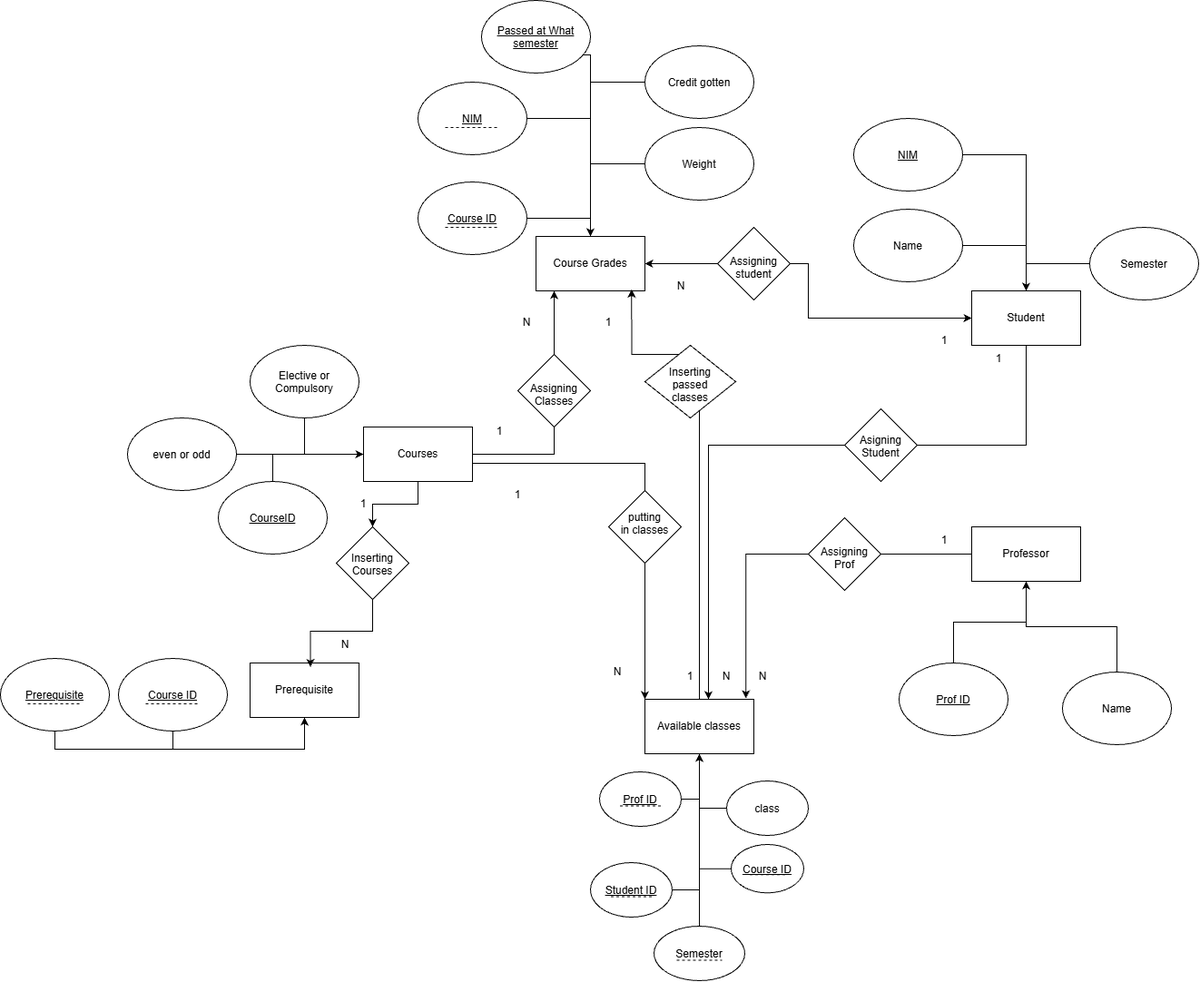
Before: TugasDatabase/IUP/ERD.png, a diagram exported from draw.io (NashwanAndayuri/DataBase_Assignment). Source tidied: cells renumbered, new cells last; positions are measured from the earlier drawing's top-left corner, leaving out a move shared by most shapes.
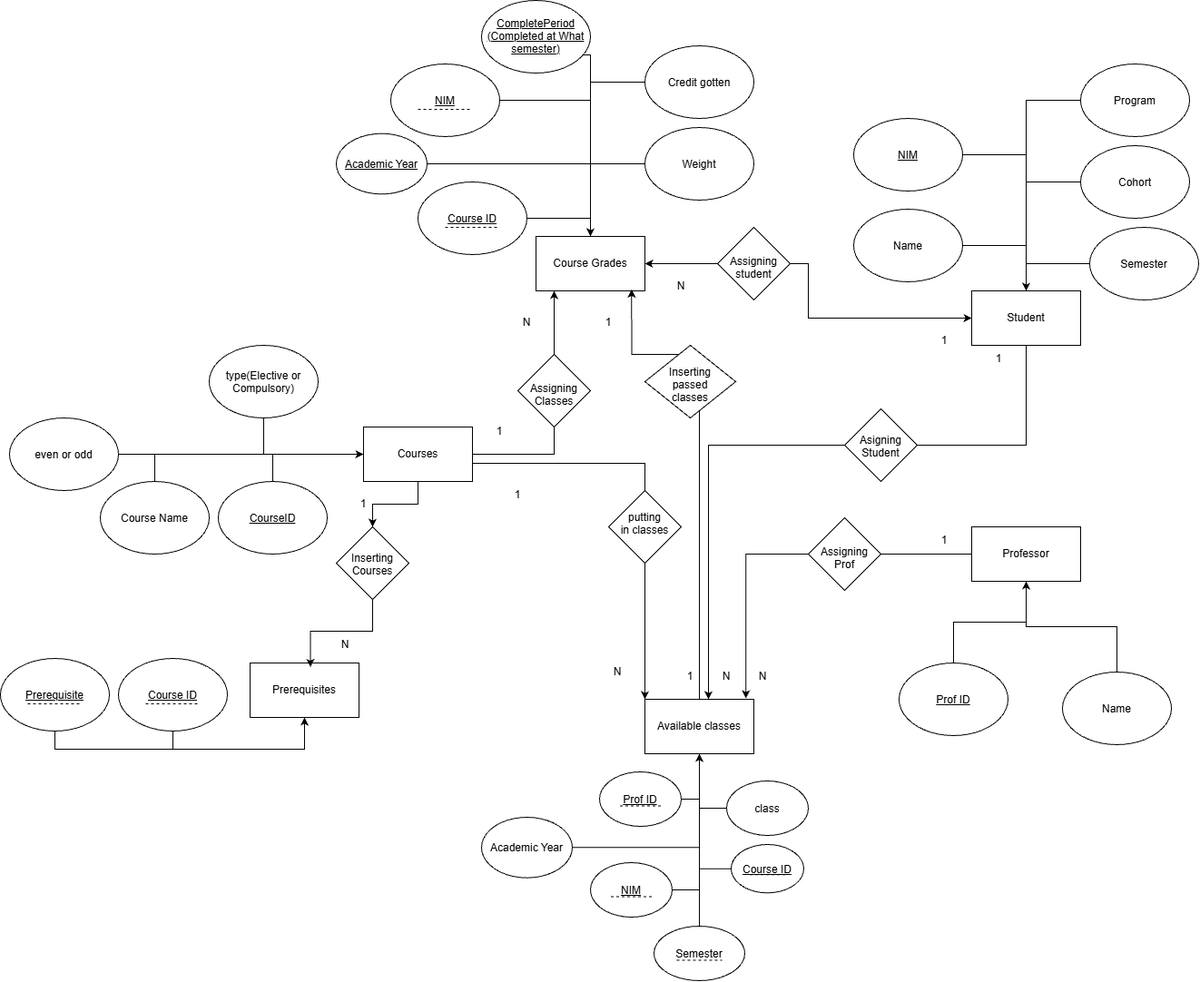
After the commit.

What changed in the source:
```diff
@@ -64,14 +64,14 @@
     <mxCell id="18" style="edgeStyle=orthogonalEdgeStyle;rounded=0;jettySize=auto;html=1;exitX=0.5;exitY=1;exitDx=0;exitDy=0;entryX=0;entryY=0.5;entryDx=0;entryDy=0;" parent="1" edge="1" source="19" target="16">
       <mxGeometry relative="1" as="geometry" />
     </mxCell>
-    <mxCell id="19" value="Elective or Compulsory" style="ellipse;whiteSpace=wrap;html=1;shapeInside=1;" parent="1" vertex="1">
-      <mxGeometry x="275" y="380" width="120" height="80" as="geometry" />
+    <mxCell id="19" value="type(Elective or Compulsory)" style="ellipse;whiteSpace=wrap;html=1;shapeInside=1;" parent="1" vertex="1">
+      <mxGeometry x="230" y="380" width="120" height="80" as="geometry" />
     </mxCell>
     <mxCell id="20" style="edgeStyle=orthogonalEdgeStyle;rounded=0;jettySize=auto;html=1;exitX=1;exitY=0.5;exitDx=0;exitDy=0;" parent="1" edge="1" source="21" target="16">
       <mxGeometry relative="1" as="geometry" />
     </mxCell>
     <mxCell id="21" value="even or odd" style="ellipse;whiteSpace=wrap;html=1;shapeInside=1;" parent="1" vertex="1">
-      <mxGeometry x="140" y="460" width="120" height="80" as="geometry" />
+      <mxGeometry x="10" y="460" width="120" height="80" as="geometry" />
     </mxCell>
     <mxCell id="22" style="edgeStyle=orthogonalEdgeStyle;rounded=0;jettySize=auto;html=1;exitX=0.5;exitY=1;exitDx=0;exitDy=0;entryX=0.5;entryY=1;entryDx=0;entryDy=0;" parent="1" edge="1" source="23" target="17">
       <mxGeometry relative="1" as="geometry" />
@@ -131,7 +131,7 @@
       </mxGeometry>
     </mxCell>
     <mxCell id="38" style="group;" parent="1" vertex="1">
-      <mxGeometry x="460" y="90" width="120" height="80" as="geometry" />
+      <mxGeometry x="430" y="70" width="120" height="80" as="geometry" />
     </mxCell>
     <mxCell id="39" value="NIM" style="ellipse;whiteSpace=wrap;html=1;shapeInside=1;fontStyle=4;" parent="38" vertex="1">
       <mxGeometry width="120" height="80" as="geometry" />
@@ -204,7 +204,7 @@
     <mxCell id="56" style="group;" parent="1" vertex="1">
       <mxGeometry x="650" y="950" width="90" height="60" as="geometry" />
     </mxCell>
-    <mxCell id="57" value="Student ID" style="ellipse;whiteSpace=wrap;html=1;shapeInside=1;fontStyle=4;" parent="56" vertex="1">
+    <mxCell id="57" value="NIM" style="ellipse;whiteSpace=wrap;html=1;shapeInside=1;fontStyle=4;" parent="56" vertex="1">
       <mxGeometry width="90" height="60" as="geometry" />
     </mxCell>
     <mxCell id="58" style="endArrow=none;dashed=1;html=1;rounded=0;exitX=0.25;exitY=0.625;exitDx=0;exitDy=0;exitPerimeter=0;" parent="56" edge="1" source="57">
@@ -255,7 +255,7 @@
     <mxCell id="70" value="putting in classes" style="rhombus;whiteSpace=wrap;html=1;shapeInside=1;" parent="1" vertex="1">
       <mxGeometry x="670" y="540" width="80" height="80" as="geometry" />
     </mxCell>
-    <mxCell id="71" value="Passed at What semester" style="ellipse;whiteSpace=wrap;html=1;shapeInside=1;fontStyle=4;" parent="1" vertex="1">
+    <mxCell id="71" value="CompletePeriod (Completed at What semester)" style="ellipse;whiteSpace=wrap;html=1;shapeInside=1;fontStyle=4;" parent="1" vertex="1">
       <mxGeometry x="530" width="120" height="80" as="geometry" />
     </mxCell>
     <mxCell id="72" value="Assigning student" style="rhombus;whiteSpace=wrap;html=1;shapeInside=1;" parent="1" vertex="1">
@@ -318,5 +318,35 @@
     <mxCell id="91" style="edgeStyle=orthogonalEdgeStyle;rounded=0;jettySize=auto;html=1;exitX=0.5;exitY=1;exitDx=0;exitDy=0;entryX=0.554;entryY=0.075;entryDx=0;entryDy=0;entryPerimeter=0;" parent="1" edge="1" source="90" target="17">
       <mxGeometry relative="1" as="geometry" />
     </mxCell>
+    <mxCell id="92" style="edgeStyle=orthogonalEdgeStyle;rounded=0;jettySize=auto;html=1;exitX=0;exitY=0.5;exitDx=0;exitDy=0;" parent="1" edge="1" source="93" target="4">
+      <mxGeometry relative="1" as="geometry" />
+    </mxCell>
+    <mxCell id="93" value="Cohort" style="ellipse;whiteSpace=wrap;html=1;shapeInside=1;" parent="1" vertex="1">
+      <mxGeometry x="1190" y="160" width="120" height="80" as="geometry" />
+    </mxCell>
+    <mxCell id="94" style="edgeStyle=orthogonalEdgeStyle;rounded=0;jettySize=auto;html=1;exitX=1;exitY=0.5;exitDx=0;exitDy=0;entryX=0.5;entryY=1;entryDx=0;entryDy=0;" parent="1" edge="1" source="95" target="49">
+      <mxGeometry relative="1" as="geometry" />
+    </mxCell>
+    <mxCell id="95" value="Academic Year" style="ellipse;whiteSpace=wrap;html=1;shapeInside=1;" parent="1" vertex="1">
+      <mxGeometry x="530" y="900" width="100" height="66.7" as="geometry" />
+    </mxCell>
+    <mxCell id="96" style="edgeStyle=orthogonalEdgeStyle;rounded=0;jettySize=auto;html=1;exitX=0;exitY=0.5;exitDx=0;exitDy=0;entryX=0.5;entryY=0;entryDx=0;entryDy=0;" parent="1" edge="1" source="97" target="4">
+      <mxGeometry relative="1" as="geometry" />
+    </mxCell>
+    <mxCell id="97" value="Program" style="ellipse;whiteSpace=wrap;html=1;shapeInside=1;" parent="1" vertex="1">
+      <mxGeometry x="1190" y="70" width="120" height="80" as="geometry" />
+    </mxCell>
+    <mxCell id="98" style="edgeStyle=orthogonalEdgeStyle;rounded=0;jettySize=auto;html=1;exitX=0.5;exitY=0;exitDx=0;exitDy=0;entryX=0;entryY=0.5;entryDx=0;entryDy=0;" parent="1" edge="1" source="99" target="16">
+      <mxGeometry relative="1" as="geometry" />
+    </mxCell>
+    <mxCell id="99" value="Course Name" style="ellipse;whiteSpace=wrap;html=1;shapeInside=1;" parent="1" vertex="1">
+      <mxGeometry x="110" y="530" width="120" height="80" as="geometry" />
+    </mxCell>
+    <mxCell id="100" style="edgeStyle=orthogonalEdgeStyle;rounded=0;jettySize=auto;html=1;exitX=1;exitY=0.5;exitDx=0;exitDy=0;" parent="1" edge="1" source="101" target="34">
+      <mxGeometry relative="1" as="geometry" />
+    </mxCell>
+    <mxCell id="101" value="&lt;u&gt;Academic Year&lt;/u&gt;" style="ellipse;whiteSpace=wrap;html=1;shapeInside=1;" parent="1" vertex="1">
+      <mxGeometry x="370" y="146.7" width="100" height="66.7" as="geometry" />
+    </mxCell>
   </root>
 </mxGraphModel>
```
